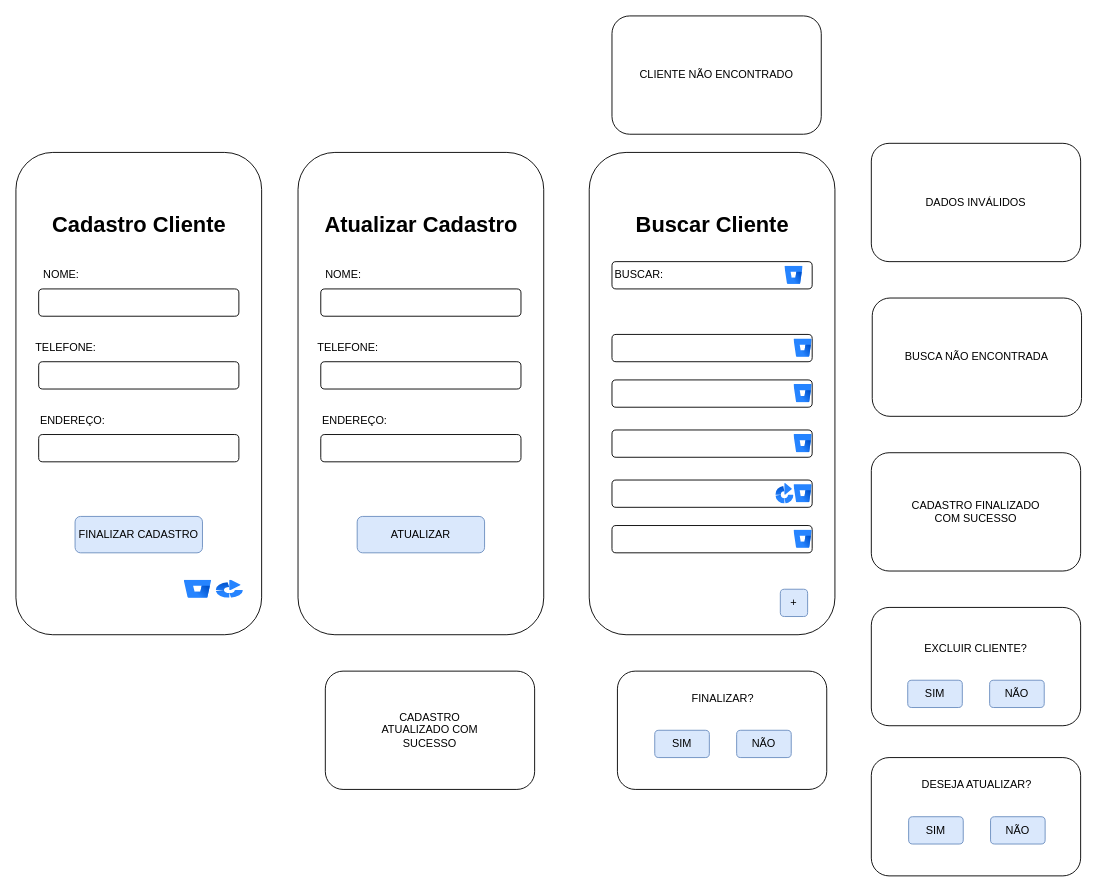
Above: page "Página-1" (1 of 9) of DOC/tela.drawio in juliareis14/avatar.app (draw.io), before the change. Source tidied: cells renumbered, new cells numbered last; positions are measured from the earlier drawing's top-left corner, leaving out a move shared by most shapes. Both pictures are drawn from the tidied source at 91%, with x=0, y=0 at pixel (15, 15).
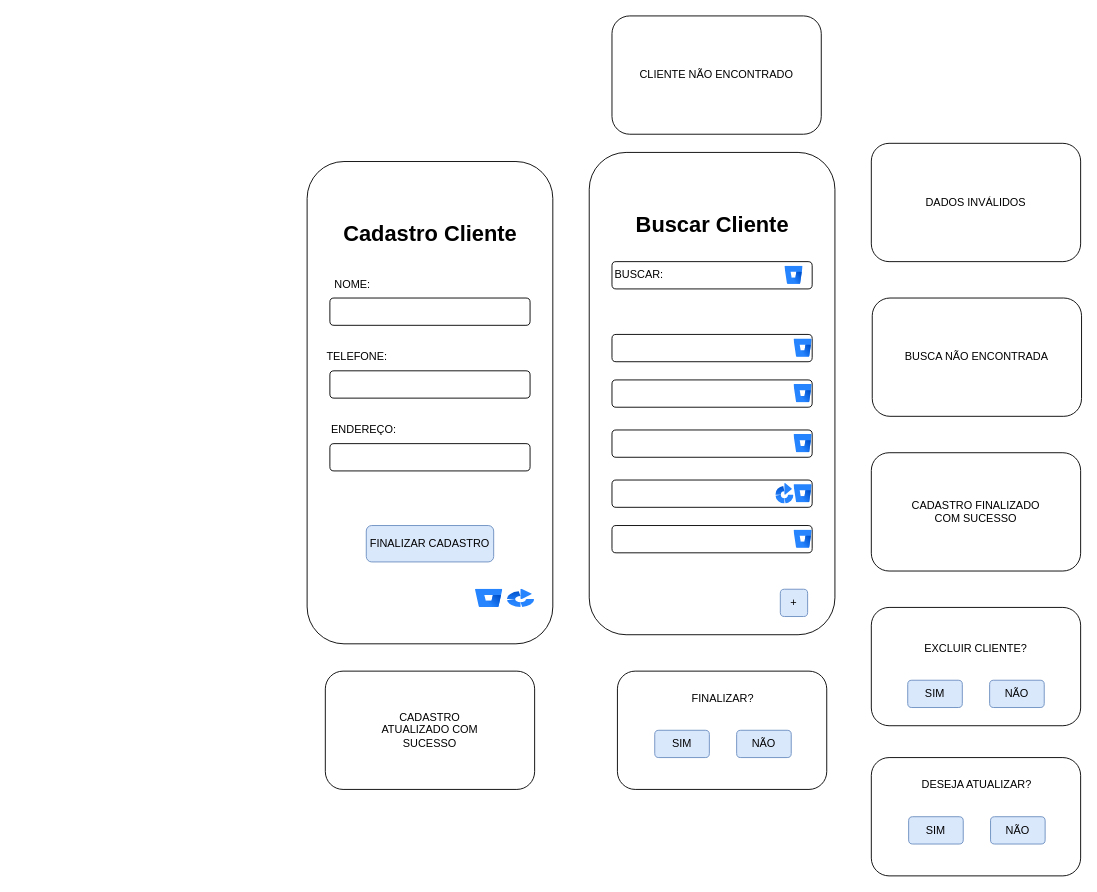
Above is the later version.

Diff of the diagram source:
```diff
@@
     <mxCell id="2" style="rounded=1;whiteSpace=wrap;html=1;" parent="1" vertex="1">
-      <mxGeometry y="150" width="270" height="530" as="geometry" />
+      <mxGeometry x="320" y="160" width="270" height="530" as="geometry" />
     </mxCell>
     <mxCell id="3" value="Cadastro Cliente" style="text;strokeColor=none;fillColor=none;html=1;fontSize=24;fontStyle=1;verticalAlign=middle;align=center;" parent="1" vertex="1">
-      <mxGeometry x="85" y="210" width="100" height="40" as="geometry" />
+      <mxGeometry x="405" y="220" width="100" height="40" as="geometry" />
     </mxCell>
     <mxCell id="4" style="rounded=1;whiteSpace=wrap;html=1;" parent="1" vertex="1">
-      <mxGeometry x="25" y="300" width="220" height="30" as="geometry" />
+      <mxGeometry x="345" y="310" width="220" height="30" as="geometry" />
     </mxCell>
     <mxCell id="5" style="rounded=1;whiteSpace=wrap;html=1;" parent="1" vertex="1">
-      <mxGeometry x="25" y="380" width="220" height="30" as="geometry" />
+      <mxGeometry x="345" y="390" width="220" height="30" as="geometry" />
     </mxCell>
     <mxCell id="6" style="rounded=1;whiteSpace=wrap;html=1;" parent="1" vertex="1">
-      <mxGeometry x="25" y="460" width="220" height="30" as="geometry" />
+      <mxGeometry x="345" y="470" width="220" height="30" as="geometry" />
     </mxCell>
     <mxCell id="7" value="NOME:" style="text;html=1;align=center;verticalAlign=middle;whiteSpace=wrap;rounded=0;" parent="1" vertex="1">
-      <mxGeometry x="20" y="270" width="60" height="30" as="geometry" />
+      <mxGeometry x="340" y="280" width="60" height="30" as="geometry" />
     </mxCell>
     <mxCell id="8" value="TELEFONE:" style="text;html=1;align=center;verticalAlign=middle;whiteSpace=wrap;rounded=0;" parent="1" vertex="1">
-      <mxGeometry x="25" y="350" width="60" height="30" as="geometry" />
+      <mxGeometry x="345" y="360" width="60" height="30" as="geometry" />
     </mxCell>
     <mxCell id="9" value="ENDEREÇO:" style="text;html=1;align=center;verticalAlign=middle;whiteSpace=wrap;rounded=0;" parent="1" vertex="1">
-      <mxGeometry x="25" y="430" width="75" height="30" as="geometry" />
+      <mxGeometry x="345" y="440" width="75" height="30" as="geometry" />
     </mxCell>
     <mxCell id="10" value="FINALIZAR CADASTRO" style="rounded=1;whiteSpace=wrap;html=1;fillColor=#dae8fc;strokeColor=#6c8ebf;" parent="1" vertex="1">
-      <mxGeometry x="65" y="550" width="140" height="40" as="geometry" />
+      <mxGeometry x="385" y="560" width="140" height="40" as="geometry" />
     </mxCell>
@@
     <mxCell id="15" style="image;html=1;image=img/lib/atlassian/Bitbucket_Logo.svg;" parent="1" vertex="1">
-      <mxGeometry x="185" y="620" width="30" height="20" as="geometry" />
+      <mxGeometry x="505" y="630" width="30" height="20" as="geometry" />
     </mxCell>
     <mxCell id="16" style="image;html=1;image=img/lib/atlassian/Bamboo_Logo.svg;" parent="1" vertex="1">
-      <mxGeometry x="220" y="620" width="30" height="20" as="geometry" />
+      <mxGeometry x="540" y="630" width="30" height="20" as="geometry" />
     </mxCell>
-    <mxCell id="17" style="rounded=1;whiteSpace=wrap;html=1;" parent="1" vertex="1">
-      <mxGeometry x="310" y="150" width="270" height="530" as="geometry" />
-    </mxCell>
-    <mxCell id="18" value="Atualizar Cadastro" style="text;strokeColor=none;fillColor=none;html=1;fontSize=24;fontStyle=1;verticalAlign=middle;align=center;" parent="1" vertex="1">
-      <mxGeometry x="395" y="210" width="100" height="40" as="geometry" />
-    </mxCell>
-    <mxCell id="19" style="rounded=1;whiteSpace=wrap;html=1;" parent="1" vertex="1">
-      <mxGeometry x="335" y="300" width="220" height="30" as="geometry" />
-    </mxCell>
-    <mxCell id="20" style="rounded=1;whiteSpace=wrap;html=1;" parent="1" vertex="1">
-      <mxGeometry x="335" y="380" width="220" height="30" as="geometry" />
-    </mxCell>
-    <mxCell id="21" style="rounded=1;whiteSpace=wrap;html=1;" parent="1" vertex="1">
-      <mxGeometry x="335" y="460" width="220" height="30" as="geometry" />
-    </mxCell>
-    <mxCell id="22" value="NOME:" style="text;html=1;align=center;verticalAlign=middle;whiteSpace=wrap;rounded=0;" parent="1" vertex="1">
-      <mxGeometry x="330" y="270" width="60" height="30" as="geometry" />
-    </mxCell>
-    <mxCell id="23" value="TELEFONE:" style="text;html=1;align=center;verticalAlign=middle;whiteSpace=wrap;rounded=0;" parent="1" vertex="1">
-      <mxGeometry x="335" y="350" width="60" height="30" as="geometry" />
-    </mxCell>
-    <mxCell id="24" value="ENDEREÇO:" style="text;html=1;align=center;verticalAlign=middle;whiteSpace=wrap;rounded=0;" parent="1" vertex="1">
-      <mxGeometry x="335" y="430" width="75" height="30" as="geometry" />
-    </mxCell>
-    <mxCell id="25" value="ATUALIZAR" style="rounded=1;whiteSpace=wrap;html=1;fillColor=#dae8fc;strokeColor=#6c8ebf;" parent="1" vertex="1">
-      <mxGeometry x="375" y="550" width="140" height="40" as="geometry" />
-    </mxCell>
```
